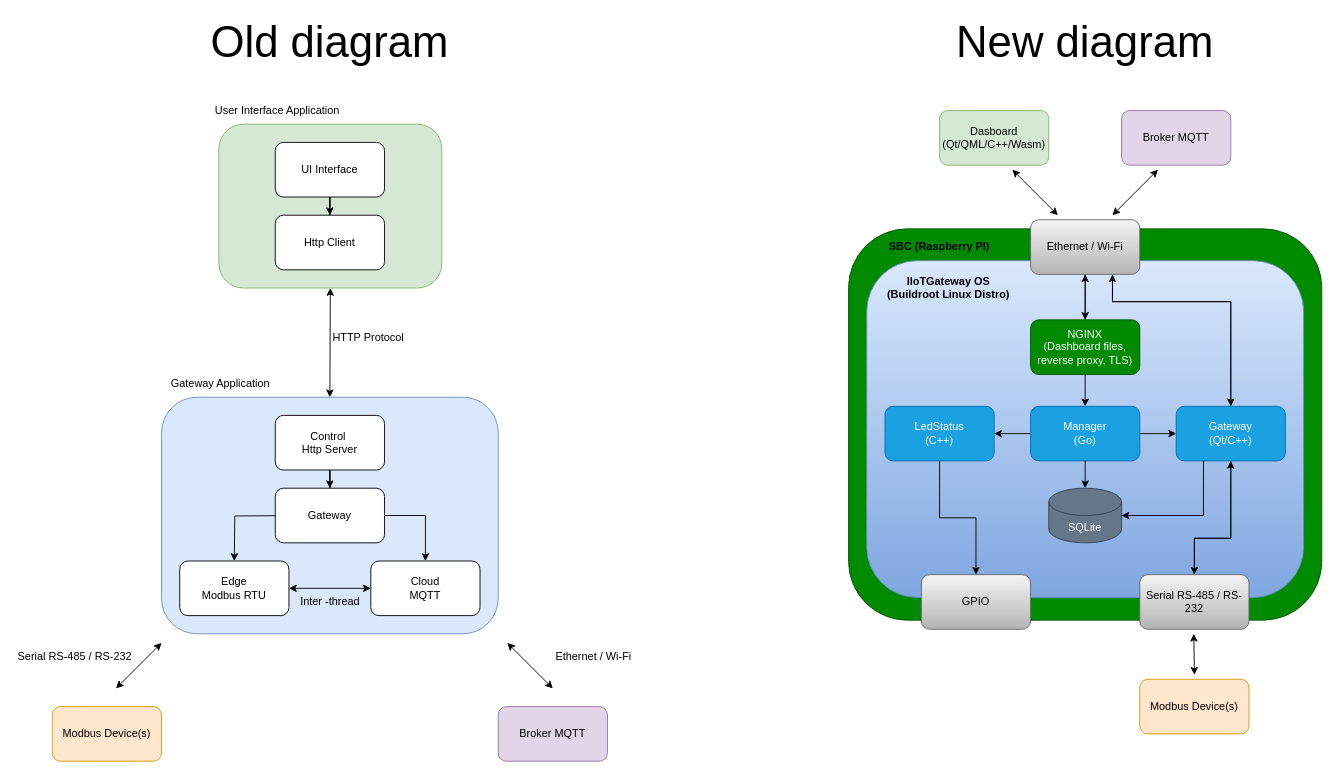
AiltonFidelix/iiotgateway keeps this draw.io diagram as docs/diagrams/architecture_diagram.drawio. Above is the earlier version. Source tidied: cells renumbered, new cells numbered last; positions are measured from the earlier drawing's top-left corner, leaving out a move shared by most shapes. Both pictures are drawn from the tidied source at 91%, with x=0, y=0 at pixel (15, 28).
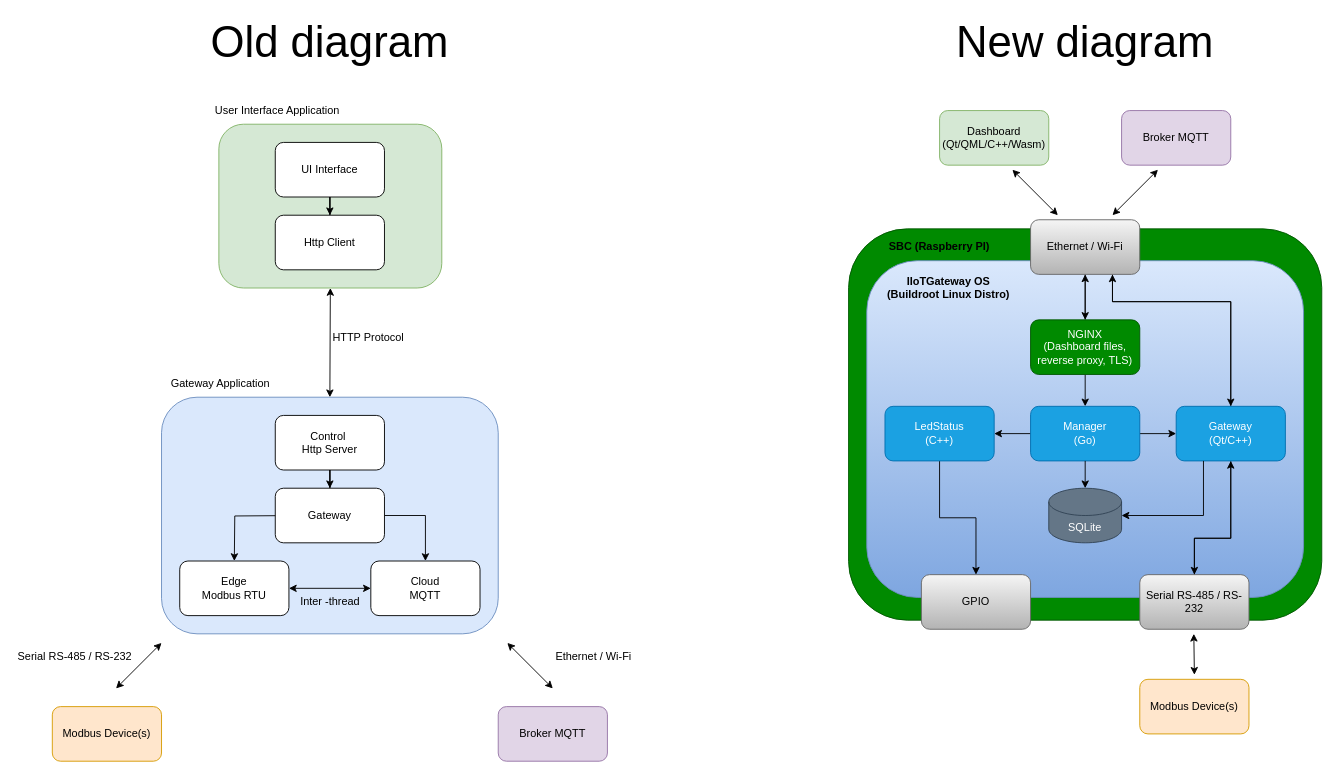
The same page after the edit.

Commit message (it also covers changes not shown here):
docs: Adjust dashboard name

The edit, as a diff of the source:
```diff
@@
-    <mxCell id="54" value="Dasboard&lt;div&gt;(Qt/QML/C++/Wasm)&lt;/div&gt;" style="rounded=1;whiteSpace=wrap;html=1;fillColor=#d5e8d4;strokeColor=#82b366;" parent="1" vertex="1">
+    <mxCell id="54" value="Dashboard&lt;div&gt;(Qt/QML/C++/Wasm)&lt;/div&gt;" style="rounded=1;whiteSpace=wrap;html=1;fillColor=#d5e8d4;strokeColor=#82b366;" parent="1" vertex="1">
       <mxGeometry x="1015" y="90" width="120" height="60" as="geometry" />
     </mxCell>
```
